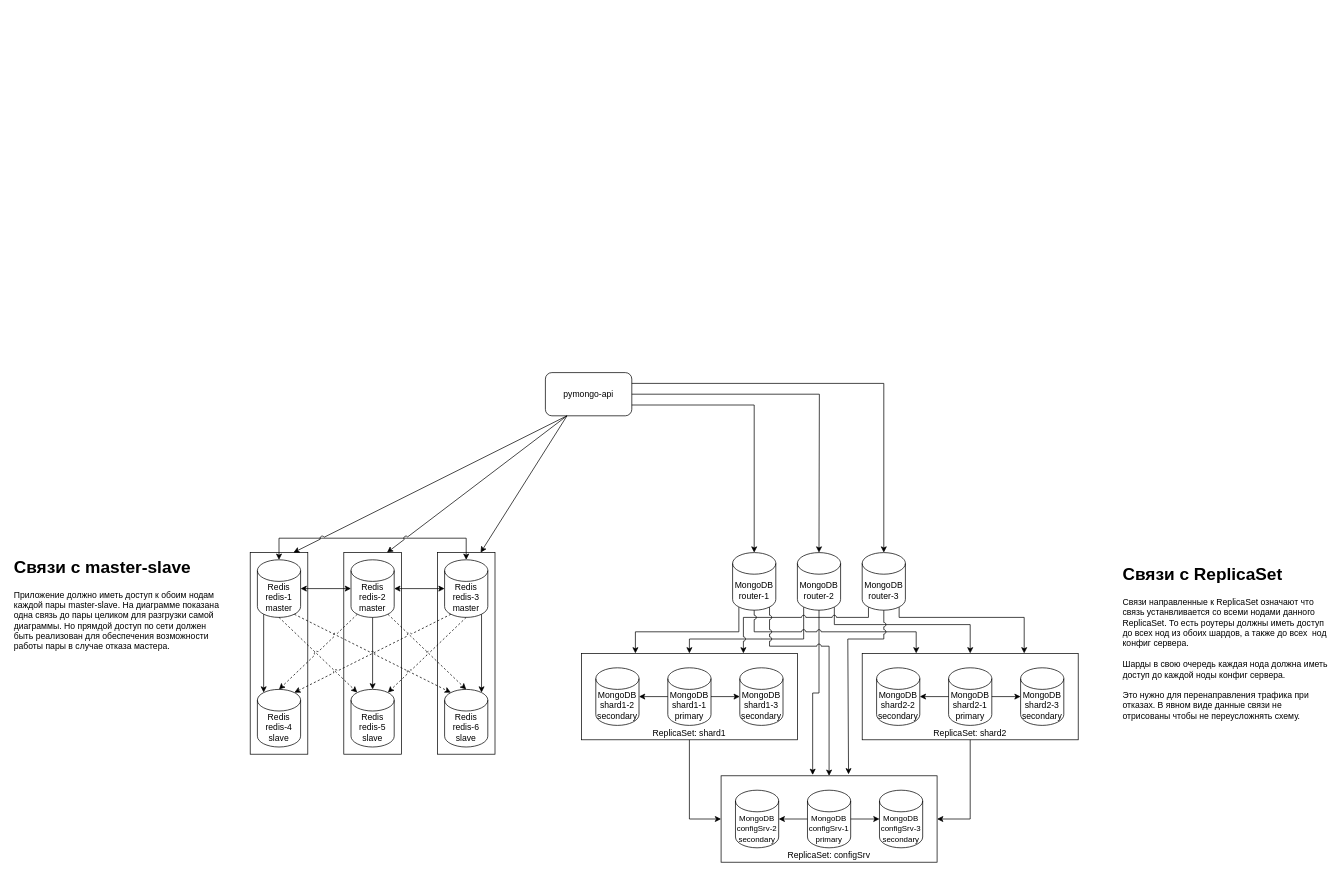
Before: diagrams/task1.drawio in Alex009/architecture-sprint-2, a draw.io diagram. Source tidied: cells renumbered, new cells numbered last; positions are measured from the earlier drawing's top-left corner, leaving out a move shared by most shapes. Both pictures are drawn from the tidied source at 72%, with x=0, y=0 at pixel (12, 372).
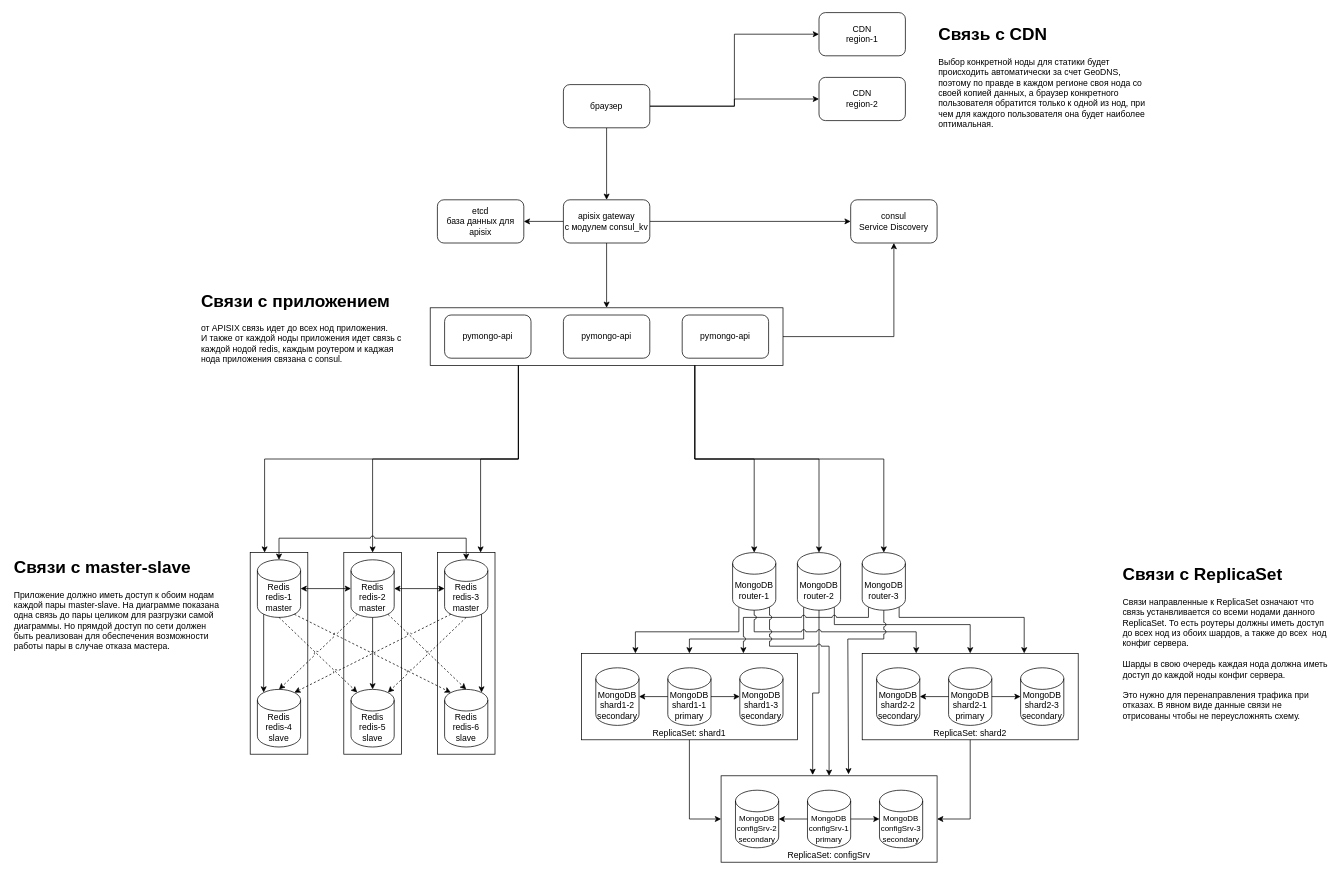
After the change.

Commit message:
complete diagram

Unchanged cells that the change refers to:
```xml
<mxCell id="3" style="rounded=0;whiteSpace=wrap;html=1;" parent="2" vertex="1">
  <mxGeometry width="80" height="280" as="geometry" />
</mxCell>
<mxCell id="4" value="Redis&lt;br&gt;redis-3&lt;br&gt;master" style="shape=cylinder3;whiteSpace=wrap;html=1;boundedLbl=1;backgroundOutline=1;size=15;" parent="2" vertex="1">
  <mxGeometry x="10" y="10" width="60" height="80" as="geometry" />
</mxCell>
<mxCell id="8" style="rounded=0;whiteSpace=wrap;html=1;" parent="7" vertex="1">
  <mxGeometry width="80" height="280" as="geometry" />
</mxCell>
<mxCell id="13" style="rounded=0;whiteSpace=wrap;html=1;" parent="12" vertex="1">
  <mxGeometry width="80" height="280" as="geometry" />
</mxCell>
<mxCell id="14" value="Redis&lt;br&gt;redis-1&lt;br&gt;master" style="shape=cylinder3;whiteSpace=wrap;html=1;boundedLbl=1;backgroundOutline=1;size=15;" parent="12" vertex="1">
  <mxGeometry x="10" y="10" width="60" height="80" as="geometry" />
</mxCell>
<mxCell id="55" value="MongoDB&lt;br&gt;router-1" style="shape=cylinder3;whiteSpace=wrap;html=1;boundedLbl=1;backgroundOutline=1;size=15;" parent="1" vertex="1">
  <mxGeometry x="1000" y="250" width="60" height="80" as="geometry" />
</mxCell>
<mxCell id="58" value="MongoDB&lt;br&gt;router-2" style="shape=cylinder3;whiteSpace=wrap;html=1;boundedLbl=1;backgroundOutline=1;size=15;" parent="1" vertex="1">
  <mxGeometry x="1090" y="250" width="60" height="80" as="geometry" />
</mxCell>
<mxCell id="61" value="MongoDB&lt;br&gt;router-3" style="shape=cylinder3;whiteSpace=wrap;html=1;boundedLbl=1;backgroundOutline=1;size=15;" parent="1" vertex="1">
  <mxGeometry x="1180" y="250" width="60" height="80" as="geometry" />
</mxCell>
```

The edit, as a diff of the source:
```diff
@@
-    <mxCell id="31" value="pymongo-api" style="rounded=1;whiteSpace=wrap;html=1;" parent="1" vertex="1">
-      <mxGeometry x="740" width="120" height="60" as="geometry" />
-    </mxCell>
-    <mxCell id="32" style="edgeStyle=orthogonalEdgeStyle;rounded=0;jettySize=auto;html=1;exitX=1;exitY=0.5;exitDx=0;exitDy=0;entryX=0.5;entryY=0;entryDx=0;entryDy=0;entryPerimeter=0;" parent="1" edge="1" source="31">
-      <mxGeometry relative="1" as="geometry">
-        <mxPoint x="1120" y="250" as="targetPoint" />
-      </mxGeometry>
-    </mxCell>
@@
-    <mxCell id="41" style="edgeStyle=orthogonalEdgeStyle;rounded=0;jettySize=auto;html=1;exitX=0.5;exitY=0;exitDx=0;exitDy=0;exitPerimeter=0;entryX=0.5;entryY=0;entryDx=0;entryDy=0;entryPerimeter=0;curved=0;startArrow=classic;startFill=1;" parent="1" edge="1" source="4" target="14">
-      <mxGeometry relative="1" as="geometry">
-        <Array as="points">
-          <mxPoint x="630" y="230" />
-          <mxPoint x="370" y="230" />
-        </Array>
-      </mxGeometry>
-    </mxCell>
-    <mxCell id="42" style="rounded=0;jettySize=auto;html=1;exitX=0.25;exitY=1;exitDx=0;exitDy=0;entryX=0.75;entryY=0;entryDx=0;entryDy=0;jumpStyle=arc;" parent="1" edge="1" source="31" target="13">
-      <mxGeometry relative="1" as="geometry" />
-    </mxCell>
-    <mxCell id="43" style="rounded=0;jettySize=auto;html=1;exitX=0.25;exitY=1;exitDx=0;exitDy=0;entryX=0.75;entryY=0;entryDx=0;entryDy=0;jumpStyle=arc;" parent="1" edge="1" source="31" target="8">
-      <mxGeometry relative="1" as="geometry" />
-    </mxCell>
-    <mxCell id="44" style="rounded=0;jettySize=auto;html=1;exitX=0.25;exitY=1;exitDx=0;exitDy=0;entryX=0.75;entryY=0;entryDx=0;entryDy=0;jumpStyle=arc;" parent="1" edge="1" source="31" target="3">
-      <mxGeometry relative="1" as="geometry" />
-    </mxCell>
@@
-    <mxCell id="62" style="edgeStyle=orthogonalEdgeStyle;rounded=0;jettySize=auto;html=1;exitX=1;exitY=0.75;exitDx=0;exitDy=0;entryX=0.5;entryY=0;entryDx=0;entryDy=0;entryPerimeter=0;" parent="1" edge="1" source="31" target="55">
-      <mxGeometry relative="1" as="geometry" />
-    </mxCell>
-    <mxCell id="63" style="edgeStyle=orthogonalEdgeStyle;rounded=0;jettySize=auto;html=1;exitX=1;exitY=0.25;exitDx=0;exitDy=0;entryX=0.5;entryY=0;entryDx=0;entryDy=0;entryPerimeter=0;" parent="1" edge="1" source="31" target="61">
-      <mxGeometry relative="1" as="geometry" />
-    </mxCell>
@@
+    <mxCell id="70" style="edgeStyle=orthogonalEdgeStyle;rounded=0;jettySize=auto;html=1;exitX=0.5;exitY=1;exitDx=0;exitDy=0;entryX=0.5;entryY=0;entryDx=0;entryDy=0;" parent="1" edge="1" source="73" target="79">
+      <mxGeometry relative="1" as="geometry" />
+    </mxCell>
+    <mxCell id="71" style="edgeStyle=orthogonalEdgeStyle;rounded=0;jettySize=auto;html=1;exitX=0;exitY=0.5;exitDx=0;exitDy=0;entryX=1;entryY=0.5;entryDx=0;entryDy=0;" parent="1" edge="1" source="73" target="88">
+      <mxGeometry relative="1" as="geometry" />
+    </mxCell>
+    <mxCell id="72" style="edgeStyle=orthogonalEdgeStyle;rounded=0;jettySize=auto;html=1;exitX=1;exitY=0.5;exitDx=0;exitDy=0;entryX=0;entryY=0.5;entryDx=0;entryDy=0;" parent="1" edge="1" source="73" target="89">
+      <mxGeometry relative="1" as="geometry" />
+    </mxCell>
+    <mxCell id="73" value="apisix gateway&lt;br&gt;с модулем consul_kv" style="rounded=1;whiteSpace=wrap;html=1;" parent="1" vertex="1">
+      <mxGeometry x="765" y="-240" width="120" height="60" as="geometry" />
+    </mxCell>
+    <mxCell id="74" style="edgeStyle=orthogonalEdgeStyle;rounded=0;jettySize=auto;html=1;exitX=0.5;exitY=1;exitDx=0;exitDy=0;entryX=0.5;entryY=0;entryDx=0;entryDy=0;" parent="1" edge="1" source="77" target="73">
+      <mxGeometry relative="1" as="geometry" />
+    </mxCell>
+    <mxCell id="75" style="edgeStyle=orthogonalEdgeStyle;rounded=0;jettySize=auto;html=1;exitX=1;exitY=0.5;exitDx=0;exitDy=0;entryX=0;entryY=0.5;entryDx=0;entryDy=0;" parent="1" edge="1" source="77" target="92">
+      <mxGeometry relative="1" as="geometry" />
+    </mxCell>
+    <mxCell id="76" style="edgeStyle=orthogonalEdgeStyle;rounded=0;jettySize=auto;html=1;exitX=1;exitY=0.5;exitDx=0;exitDy=0;entryX=0;entryY=0.5;entryDx=0;entryDy=0;" parent="1" edge="1" source="77" target="93">
+      <mxGeometry relative="1" as="geometry" />
+    </mxCell>
+    <mxCell id="77" value="браузер" style="rounded=1;whiteSpace=wrap;html=1;" parent="1" vertex="1">
+      <mxGeometry x="765" y="-400" width="120" height="60" as="geometry" />
+    </mxCell>
+    <mxCell id="78" style="group;" parent="1" vertex="1">
+      <mxGeometry x="580" y="-90" width="490" height="80" as="geometry" />
+    </mxCell>
+    <mxCell id="79" style="rounded=0;whiteSpace=wrap;html=1;" parent="78" vertex="1">
+      <mxGeometry width="490" height="80" as="geometry" />
+    </mxCell>
+    <mxCell id="31" value="pymongo-api" style="rounded=1;whiteSpace=wrap;html=1;" parent="78" vertex="1">
+      <mxGeometry x="20" y="10" width="120" height="60" as="geometry" />
+    </mxCell>
+    <mxCell id="80" value="pymongo-api" style="rounded=1;whiteSpace=wrap;html=1;" parent="78" vertex="1">
+      <mxGeometry x="185" y="10" width="120" height="60" as="geometry" />
+    </mxCell>
+    <mxCell id="81" value="pymongo-api" style="rounded=1;whiteSpace=wrap;html=1;" parent="78" vertex="1">
+      <mxGeometry x="350" y="10" width="120" height="60" as="geometry" />
+    </mxCell>
+    <mxCell id="82" style="edgeStyle=orthogonalEdgeStyle;rounded=0;jettySize=auto;html=1;exitX=0.25;exitY=1;exitDx=0;exitDy=0;entryX=0.25;entryY=0;entryDx=0;entryDy=0;" parent="1" edge="1" source="79" target="13">
+      <mxGeometry relative="1" as="geometry" />
+    </mxCell>
+    <mxCell id="83" style="edgeStyle=orthogonalEdgeStyle;rounded=0;jettySize=auto;html=1;exitX=0.25;exitY=1;exitDx=0;exitDy=0;entryX=0.5;entryY=0;entryDx=0;entryDy=0;" parent="1" edge="1" source="79" target="8">
+      <mxGeometry relative="1" as="geometry" />
+    </mxCell>
+    <mxCell id="84" style="edgeStyle=orthogonalEdgeStyle;rounded=0;jettySize=auto;html=1;exitX=0.25;exitY=1;exitDx=0;exitDy=0;entryX=0.75;entryY=0;entryDx=0;entryDy=0;" parent="1" edge="1" source="79" target="3">
+      <mxGeometry relative="1" as="geometry" />
+    </mxCell>
+    <mxCell id="41" style="edgeStyle=orthogonalEdgeStyle;rounded=0;jettySize=auto;html=1;exitX=0.5;exitY=0;exitDx=0;exitDy=0;exitPerimeter=0;entryX=0.5;entryY=0;entryDx=0;entryDy=0;entryPerimeter=0;curved=0;startArrow=classic;startFill=1;jumpStyle=arc;" parent="1" edge="1" source="4" target="14">
+      <mxGeometry relative="1" as="geometry">
+        <Array as="points">
+          <mxPoint x="630" y="230" />
+          <mxPoint x="370" y="230" />
+        </Array>
+      </mxGeometry>
+    </mxCell>
+    <mxCell id="85" style="edgeStyle=orthogonalEdgeStyle;rounded=0;jettySize=auto;html=1;exitX=0.75;exitY=1;exitDx=0;exitDy=0;entryX=0.5;entryY=0;entryDx=0;entryDy=0;entryPerimeter=0;" parent="1" edge="1" source="79" target="55">
+      <mxGeometry relative="1" as="geometry" />
+    </mxCell>
+    <mxCell id="86" style="edgeStyle=orthogonalEdgeStyle;rounded=0;jettySize=auto;html=1;exitX=0.75;exitY=1;exitDx=0;exitDy=0;entryX=0.5;entryY=0;entryDx=0;entryDy=0;entryPerimeter=0;" parent="1" edge="1" source="79" target="58">
+      <mxGeometry relative="1" as="geometry" />
+    </mxCell>
+    <mxCell id="87" style="edgeStyle=orthogonalEdgeStyle;rounded=0;jettySize=auto;html=1;exitX=0.75;exitY=1;exitDx=0;exitDy=0;entryX=0.5;entryY=0;entryDx=0;entryDy=0;entryPerimeter=0;" parent="1" edge="1" source="79" target="61">
+      <mxGeometry relative="1" as="geometry" />
+    </mxCell>
+    <mxCell id="88" value="etcd&lt;br&gt;база данных для apisix" style="rounded=1;whiteSpace=wrap;html=1;" parent="1" vertex="1">
+      <mxGeometry x="590" y="-240" width="120" height="60" as="geometry" />
+    </mxCell>
+    <mxCell id="89" value="consul&lt;br&gt;Service Discovery" style="rounded=1;whiteSpace=wrap;html=1;" parent="1" vertex="1">
+      <mxGeometry x="1164" y="-240" width="120" height="60" as="geometry" />
+    </mxCell>
+    <mxCell id="90" style="edgeStyle=orthogonalEdgeStyle;rounded=0;jettySize=auto;html=1;exitX=1;exitY=0.5;exitDx=0;exitDy=0;entryX=0.5;entryY=1;entryDx=0;entryDy=0;" parent="1" edge="1" source="79" target="89">
+      <mxGeometry relative="1" as="geometry" />
+    </mxCell>
+    <mxCell id="91" value="&lt;h1 style=&quot;margin-top: 0px;&quot;&gt;Связи с приложением&lt;/h1&gt;&lt;p&gt;от APISIX связь идет до всех нод приложения.&lt;br&gt;И также от каждой ноды приложения идет связь с каждой нодой redis, каждым роутером и каджая нода приложения связана с consul.&lt;/p&gt;" style="text;html=1;whiteSpace=wrap;overflow=hidden;rounded=0;" parent="1" vertex="1">
+      <mxGeometry x="260" y="-120" width="290" height="120" as="geometry" />
+    </mxCell>
+    <mxCell id="92" value="CDN&lt;br&gt;region-1" style="rounded=1;whiteSpace=wrap;html=1;" parent="1" vertex="1">
+      <mxGeometry x="1120" y="-500" width="120" height="60" as="geometry" />
+    </mxCell>
+    <mxCell id="93" value="CDN&lt;br&gt;region-2" style="rounded=1;whiteSpace=wrap;html=1;" parent="1" vertex="1">
+      <mxGeometry x="1120" y="-410" width="120" height="60" as="geometry" />
+    </mxCell>
+    <mxCell id="94" value="&lt;h1 style=&quot;margin-top: 0px;&quot;&gt;Связь с CDN&lt;/h1&gt;&lt;div&gt;Выбор конкретной ноды для статики будет происходить автоматически за счет GeoDNS, поэтому по правде в каждом регионе своя нода со своей копией данных, а браузер конкретного пользователя обратится только к одной из нод, при чем для каждого пользователя она будет наиболее оптимальная.&lt;/div&gt;" style="text;html=1;whiteSpace=wrap;overflow=hidden;rounded=0;" parent="1" vertex="1">
+      <mxGeometry x="1284" y="-490" width="290" height="160" as="geometry" />
+    </mxCell>
```
